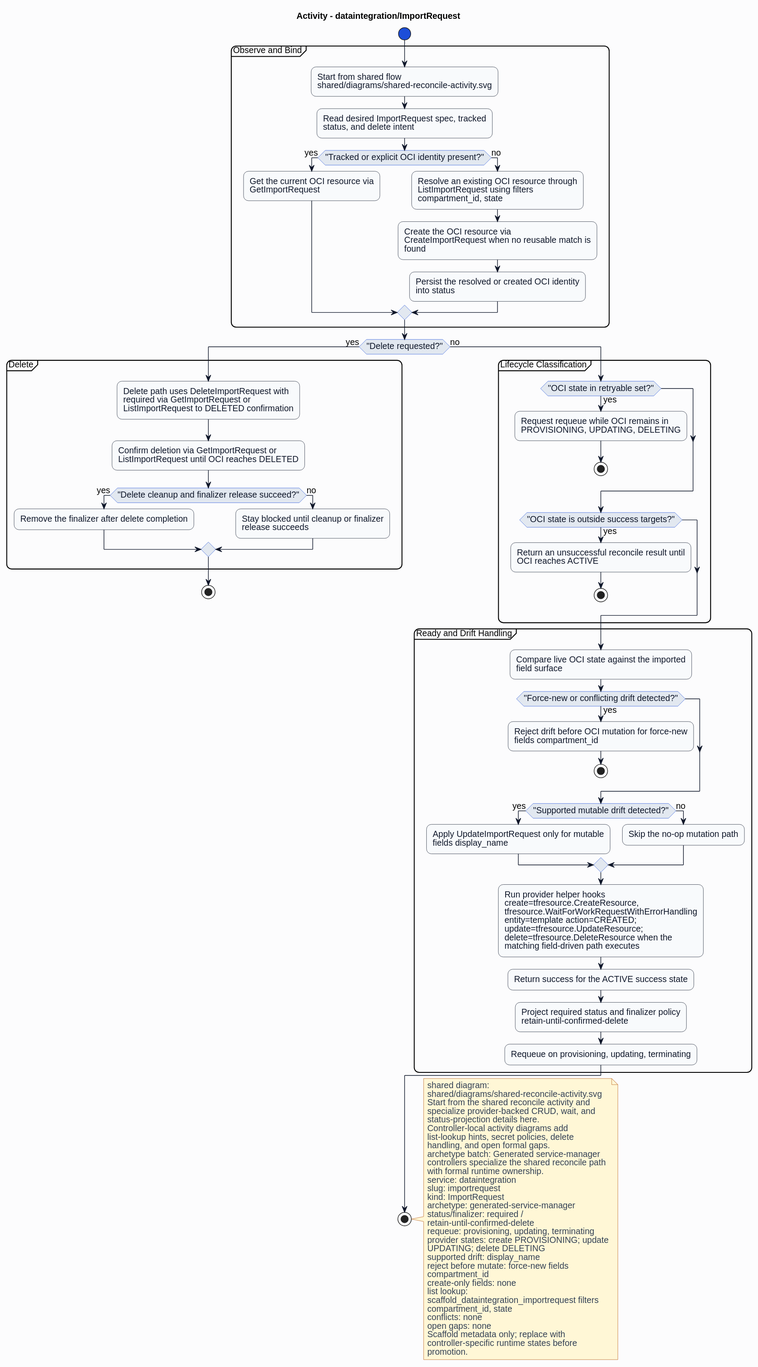
HaoyL666/oci-service-operator keeps this PlantUML diagram as formal/controllers/dataintegration/importrequest/diagrams/activity.svg. Above is the earlier version. Source of this version:
```plantuml
@startuml
skinparam shadowing false
skinparam backgroundColor #fcfcfd
skinparam defaultFontName Helvetica
skinparam defaultFontSize 14
skinparam arrowColor #0f172a
skinparam noteBackgroundColor #fff7d6
skinparam noteBorderColor #b45309
skinparam noteFontColor #334155
skinparam roundcorner 16
title Activity - dataintegration/ImportRequest
skinparam activity {
  backgroundColor #f8fafc
  borderColor #0f172a
  fontColor #0f172a
  diamondBackgroundColor #e2e8f0
  diamondBorderColor #1d4ed8
  diamondFontColor #0f172a
  startColor #1d4ed8
  endColor #0f172a
  barColor #1d4ed8
}
start
partition "Observe and Bind" {
:Start from shared flow\nshared/diagrams/shared-reconcile-activity.svg;
:Read desired ImportRequest spec, tracked\nstatus, and delete intent;
if ("Tracked or explicit OCI identity present?") then (yes)
:Get the current OCI resource via\nGetImportRequest;
else (no)
:Resolve an existing OCI resource through\nListImportRequest using filters\ncompartment_id, state;
:Create the OCI resource via\nCreateImportRequest when no reusable match is\nfound;
:Persist the resolved or created OCI identity\ninto status;
endif
}
if ("Delete requested?") then (yes)
partition "Delete" {
:Delete path uses DeleteImportRequest with\nrequired via GetImportRequest or\nListImportRequest to DELETED confirmation;
:Confirm deletion via GetImportRequest or\nListImportRequest until OCI reaches DELETED;
if ("Delete cleanup and finalizer release succeed?") then (yes)
:Remove the finalizer after delete completion;
else (no)
:Stay blocked until cleanup or finalizer\nrelease succeeds;
endif
}
stop
else (no)
partition "Lifecycle Classification" {
if ("OCI state in retryable set?") then (yes)
:Request requeue while OCI remains in\nPROVISIONING, UPDATING, DELETING;
stop
endif
if ("OCI state is outside success targets?") then (yes)
:Return an unsuccessful reconcile result until\nOCI reaches ACTIVE;
stop
endif
}
partition "Ready and Drift Handling" {
:Compare live OCI state against the imported\nfield surface;
if ("Force-new or conflicting drift detected?") then (yes)
:Reject drift before OCI mutation for force-new\nfields compartment_id;
stop
endif
if ("Supported mutable drift detected?") then (yes)
:Apply UpdateImportRequest only for mutable\nfields display_name;
else (no)
:Skip the no-op mutation path;
endif
:Run provider helper hooks\ncreate=tfresource.CreateResource,\ntfresource.WaitForWorkRequestWithErrorHandling\nentity=template action=CREATED;\nupdate=tfresource.UpdateResource;\ndelete=tfresource.DeleteResource when the\nmatching field-driven path executes;
:Return success for the ACTIVE success state;
:Project required status and finalizer policy\nretain-until-confirmed-delete;
:Requeue on provisioning, updating, terminating;
}
endif
stop
note right
shared diagram:
shared/diagrams/shared-reconcile-activity.svg
Start from the shared reconcile activity and
specialize provider-backed CRUD, wait, and
status-projection details here.
Controller-local activity diagrams add
list-lookup hints, secret policies, delete
handling, and open formal gaps.
archetype batch: Generated service-manager
controllers specialize the shared reconcile path
with formal runtime ownership.
service: dataintegration
slug: importrequest
kind: ImportRequest
archetype: generated-service-manager
status/finalizer: required /
retain-until-confirmed-delete
requeue: provisioning, updating, terminating
provider states: create PROVISIONING; update
UPDATING; delete DELETING
supported drift: display_name
reject before mutate: force-new fields
compartment_id
create-only fields: none
list lookup:
scaffold_dataintegration_importrequest filters
compartment_id, state
conflicts: none
open gaps: none
Scaffold metadata only; replace with
controller-specific runtime states before
promotion.
end note
@enduml
```
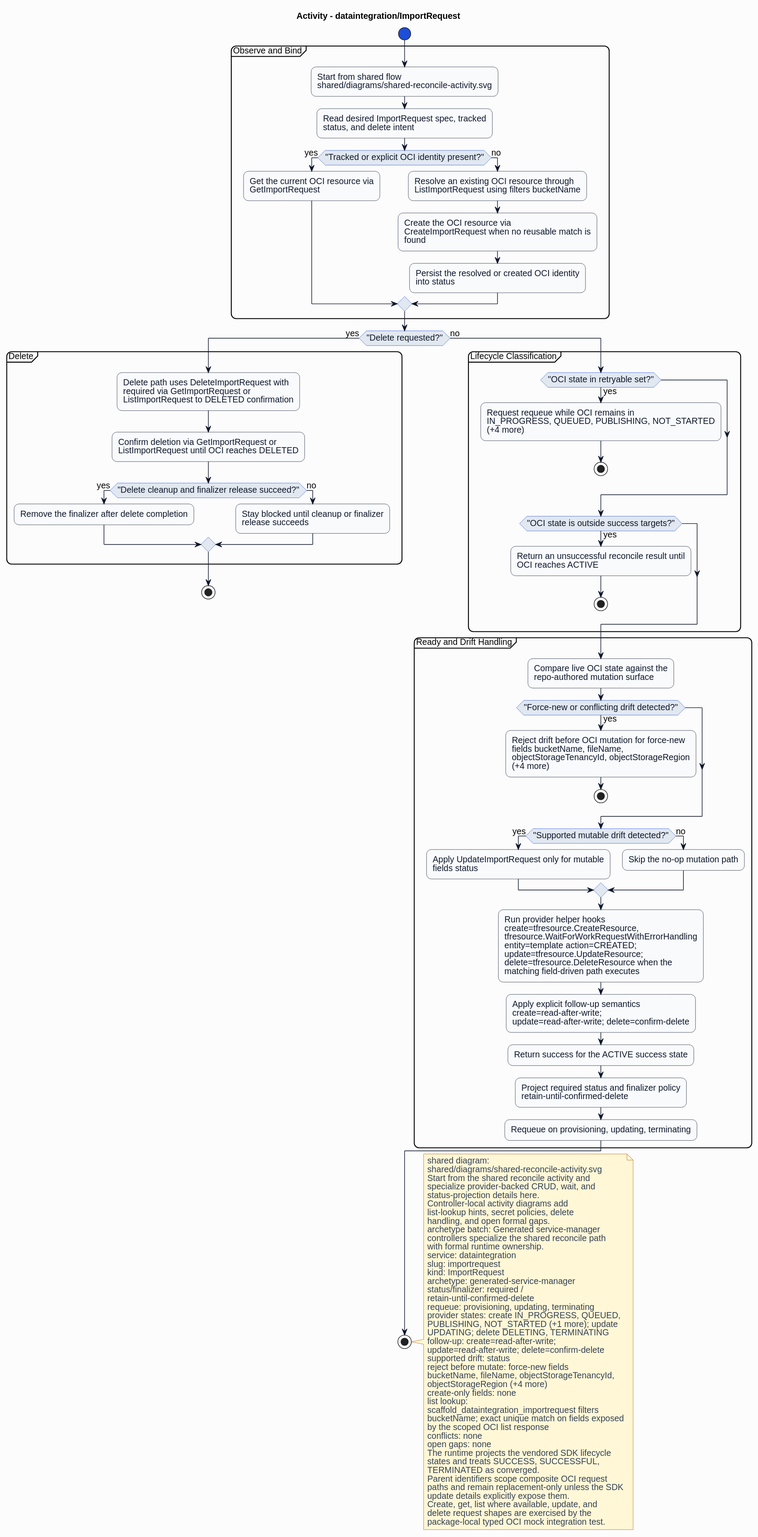
After the commit.

The edit, as a diff of the source:
```diff
@@ -27,7 +27,7 @@
 if ("Tracked or explicit OCI identity present?") then (yes)
 :Get the current OCI resource via\nGetImportRequest;
 else (no)
-:Resolve an existing OCI resource through\nListImportRequest using filters\ncompartment_id, state;
+:Resolve an existing OCI resource through\nListImportRequest using filters bucketName;
 :Create the OCI resource via\nCreateImportRequest when no reusable match is\nfound;
 :Persist the resolved or created OCI identity\ninto status;
 endif
@@ -46,7 +46,7 @@
 else (no)
 partition "Lifecycle Classification" {
 if ("OCI state in retryable set?") then (yes)
-:Request requeue while OCI remains in\nPROVISIONING, UPDATING, DELETING;
+:Request requeue while OCI remains in\nIN_PROGRESS, QUEUED, PUBLISHING, NOT_STARTED\n(+4 more);
 stop
 endif
 if ("OCI state is outside success targets?") then (yes)
@@ -55,17 +55,18 @@
 endif
 }
 partition "Ready and Drift Handling" {
-:Compare live OCI state against the imported\nfield surface;
+:Compare live OCI state against the\nrepo-authored mutation surface;
 if ("Force-new or conflicting drift detected?") then (yes)
-:Reject drift before OCI mutation for force-new\nfields compartment_id;
+:Reject drift before OCI mutation for force-new\nfields bucketName, fileName,\nobjectStorageTenancyId, objectStorageRegion\n(+4 more);
 stop
 endif
 if ("Supported mutable drift detected?") then (yes)
-:Apply UpdateImportRequest only for mutable\nfields display_name;
+:Apply UpdateImportRequest only for mutable\nfields status;
 else (no)
 :Skip the no-op mutation path;
 endif
 :Run provider helper hooks\ncreate=tfresource.CreateResource,\ntfresource.WaitForWorkRequestWithErrorHandling\nentity=template action=CREATED;\nupdate=tfresource.UpdateResource;\ndelete=tfresource.DeleteResource when the\nmatching field-driven path executes;
+:Apply explicit follow-up semantics\ncreate=read-after-write;\nupdate=read-after-write; delete=confirm-delete;
 :Return success for the ACTIVE success state;
 :Project required status and finalizer policy\nretain-until-confirmed-delete;
 :Requeue on provisioning, updating, terminating;
@@ -91,19 +92,30 @@
 status/finalizer: required /
 retain-until-confirmed-delete
 requeue: provisioning, updating, terminating
-provider states: create PROVISIONING; update
-UPDATING; delete DELETING
-supported drift: display_name
+provider states: create IN_PROGRESS, QUEUED,
+PUBLISHING, NOT_STARTED (+1 more); update
+UPDATING; delete DELETING, TERMINATING
+follow-up: create=read-after-write;
+update=read-after-write; delete=confirm-delete
+supported drift: status
 reject before mutate: force-new fields
-compartment_id
+bucketName, fileName, objectStorageTenancyId,
+objectStorageRegion (+4 more)
 create-only fields: none
 list lookup:
 scaffold_dataintegration_importrequest filters
-compartment_id, state
+bucketName; exact unique match on fields exposed
+by the scoped OCI list response
 conflicts: none
 open gaps: none
-Scaffold metadata only; replace with
-controller-specific runtime states before
-promotion.
+The runtime projects the vendored SDK lifecycle
+states and treats SUCCESS, SUCCESSFUL,
+TERMINATED as converged.
+Parent identifiers scope composite OCI request
+paths and remain replacement-only unless the SDK
+update details explicitly expose them.
+Create, get, list where available, update, and
+delete request shapes are exercised by the
+package-local typed OCI mock integration test.
 end note
 @enduml
```
